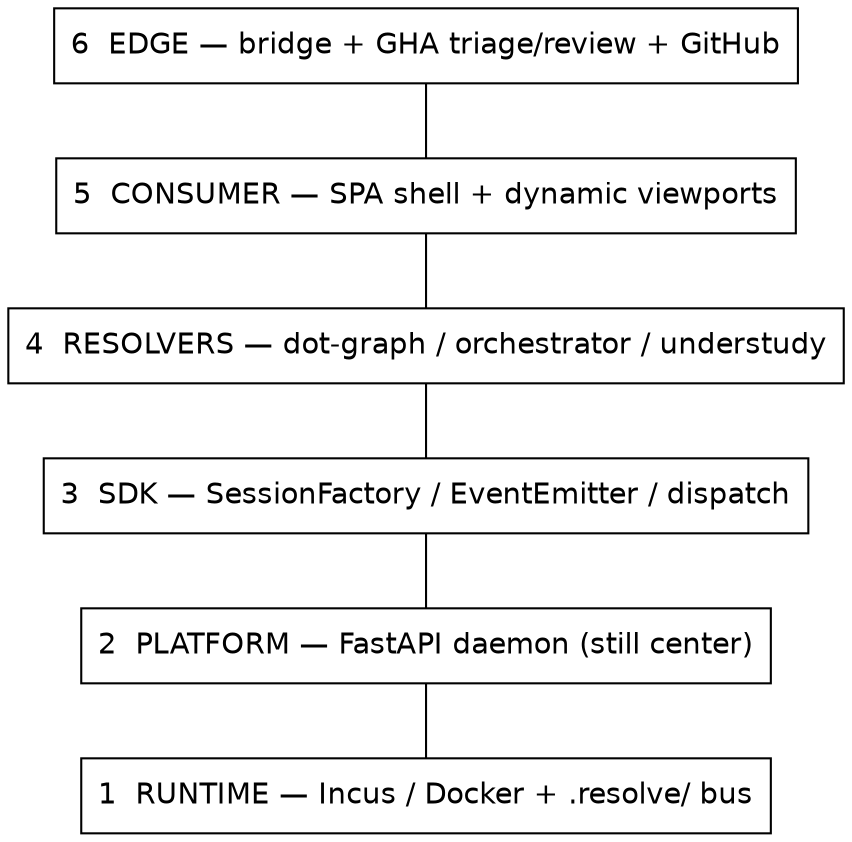
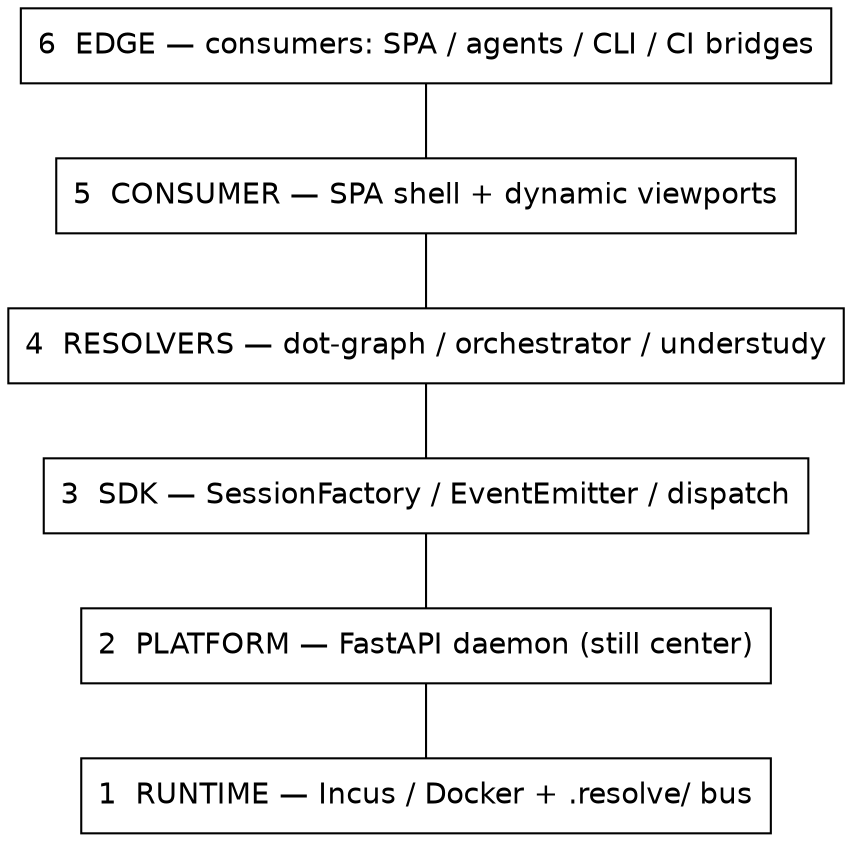
// The six-layer model. Each layer depends only on the one below it.
// Vertical order is forced by edges; arrowheads suppressed (this is a stack).
digraph six_layer_stack {
  rankdir=TB;
  node [shape=box, fontname="Helvetica"];
  edge [dir=none];

-   l6 [label="6  EDGE — bridge + GHA triage/review + GitHub"];
+   l6 [label="6  EDGE — consumers: SPA / agents / CLI / CI bridges"];
  l5 [label="5  CONSUMER — SPA shell + dynamic viewports"];
  l4 [label="4  RESOLVERS — dot-graph / orchestrator / understudy"];
  l3 [label="3  SDK — SessionFactory / EventEmitter / dispatch"];
  l2 [label="2  PLATFORM — FastAPI daemon (still center)"];
  l1 [label="1  RUNTIME — Incus / Docker + .resolve/ bus"];

  l6 -> l5 -> l4 -> l3 -> l2 -> l1;
}
